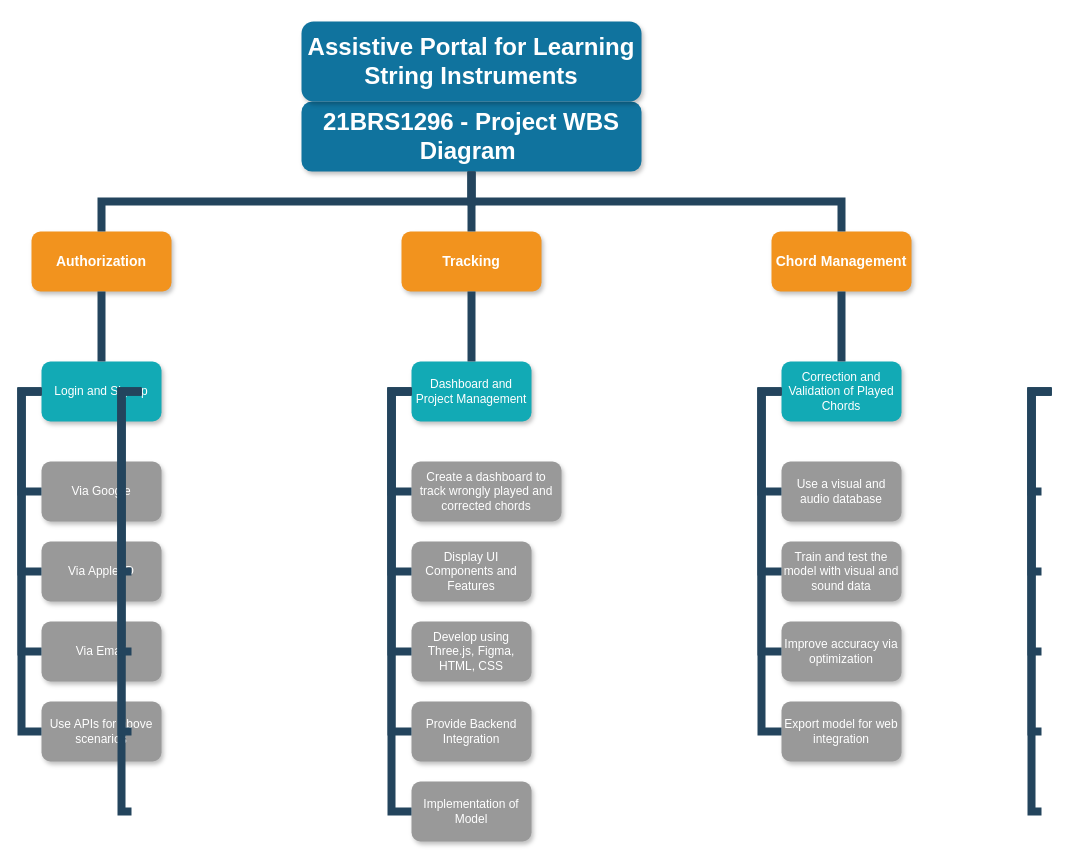
This is 21brs1296-project.drawio from anika-kamath/SWE-drawio, a draw.io file, before an edit. Source tidied: cells renumbered, new cells numbered last; positions are measured from the earlier drawing's top-left corner, leaving out a move shared by most shapes. Both pictures are drawn from the tidied source at 100%, with x=0, y=0 at pixel (21, 21).
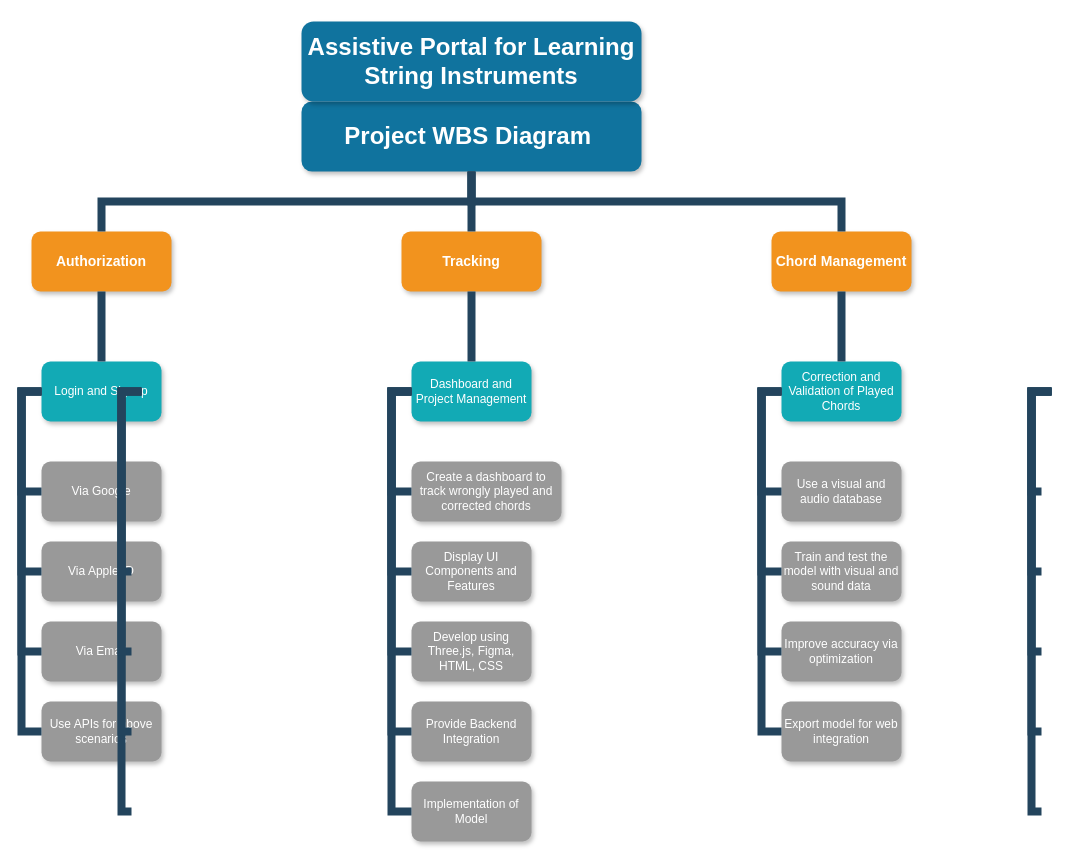
After the change.

The edit, as a diff of the source:
```diff
@@
-    <mxCell id="2" value="21BRS1296 - Project WBS Diagram " style="whiteSpace=wrap;rounded=1;shadow=1;fillColor=#10739E;strokeColor=none;fontColor=#FFFFFF;fontStyle=1;fontSize=24;" parent="1" vertex="1">
+    <mxCell id="2" value="Project WBS Diagram " style="whiteSpace=wrap;rounded=1;shadow=1;fillColor=#10739E;strokeColor=none;fontColor=#FFFFFF;fontStyle=1;fontSize=24;" parent="1" vertex="1">
       <mxGeometry x="280" y="80" width="340" height="70" as="geometry" />
     </mxCell>
```
